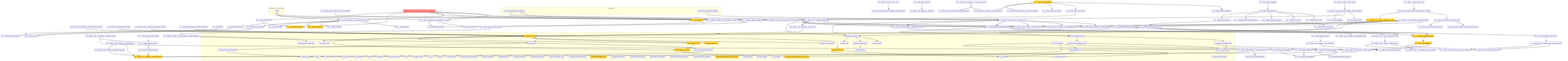
Above: project/flow.png in semcod/redup (Mermaid), before the change. Its source is kept beside it as project/flow.mmd.
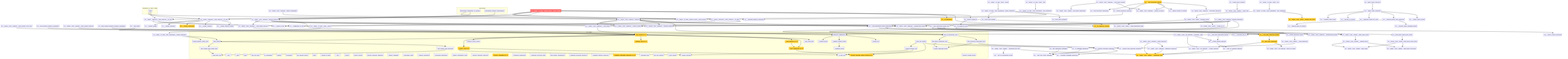
Later version of the same file.

Change to the diagram source:
```diff
@@ -71,13 +71,13 @@
     examples__01_basic_usage__main --> src__redup__core__pipeline__analyze
     examples__01_basic_usage__main --> src__redup__reporters__toon_reporter__to_toon
     examples__01_basic_usage__main --> src__redup__reporters__json_reporter__to_json
-    benchmark__benchmark_sequential_vs_parallel --> src__redup__core__pipeline__analyze
-    benchmark__benchmark_sequential_vs_parallel --> src__redup__core__pipeline__analyze_parallel
-    benchmark__benchmark_feature_performance --> src__redup__core__pipeline__analyze_parallel
     src___get_config_from_pyproject --> src__redup__core__config___load_toml_file
     src___get_config_from_redup_toml --> src__redup__core__config___load_toml_file
     src__redup__core__config__load_config --> src___get_config_from_redup_toml
     src__redup__core__config__load_config --> src___get_config_from_pyproject
+    benchmark__benchmark_sequential_vs_parallel --> src__redup__core__pipeline__analyze
+    benchmark__benchmark_sequential_vs_parallel --> src__redup__core__pipeline__analyze_parallel
+    benchmark__benchmark_feature_performance --> src__redup__core__pipeline__analyze_parallel
     src__find_exact_duplicates_lazy --> src___create_duplicate_group
     src__find_exact_duplicates_lazy --> src___blocks_from_different_locations
     src__find_structural_duplicates_lazy --> src___create_duplicate_group
@@ -131,14 +131,14 @@
     src__extract_functions_treesitter --> src___initialize_language_dispatcher
     src__get_supported_languages --> src___get_tree_sitter_language
     src__is_language_supported --> src___get_tree_sitter_language
-    src__redup__core__cache__hash_block_with_cache --> src__redup__core__hasher__hash_block
-    src__redup__core__cache__hash_block_with_cache --> src__redup__core__hasher__hash_block_structural
-    src__build_hash_index_with_cache --> src__redup__core__cache__hash_block_with_cache
     src___get_layers --> src___calculate_avg_cc
     src__to_code2llm_toon --> src___calculate_avg_cc
     src__to_code2llm_toon --> src___count_critical_functions
     src__export_code2llm --> src__to_code2llm_toon
     src__export_code2llm --> src__to_code2llm_context
+    src__redup__core__cache__hash_block_with_cache --> src__redup__core__hasher__hash_block
+    src__redup__core__cache__hash_block_with_cache --> src__redup__core__hasher__hash_block_structural
+    src__build_hash_index_with_cache --> src__redup__core__cache__hash_block_with_cache
     src__redup__reporters__json_reporter__to_json --> src___group_to_dict
     src__redup__reporters__json_reporter__to_json --> src___suggestion_to_dict
     src__redup__reporters__toon_reporter__to_toon --> src___render_header
@@ -148,6 +148,13 @@
     src__redup__reporters__toon_reporter__to_toon --> src___render_metrics_target
     src__redup__reporters__yaml_reporter__to_yaml --> src___group_to_dict
     src__redup__reporters__yaml_reporter__to_yaml --> src___suggestion_to_dict
+    src__redup__cli_app__scan_commands__diff_command --> src__redup__core__differ__compare_scans
+    src__redup__cli_app__scan_commands__diff_command --> src__redup__core__differ__format_diff_result
+    src__redup__cli_app__scan_commands__check_command --> src__print_scan_header
+    src__redup__cli_app__scan_commands__check_command --> src__redup__core__pipeline__analyze
+    src__redup__cli_app__scan_commands__check_command --> src__print_scan_summary
+    src__redup__cli_app__scan_commands__config_command --> src__redup__core__config__create_sample_redup_toml
+    src__redup__cli_app__scan_commands__config_command --> src__redup__core__config__load_config
     src__redup__cli_app__output_writer__write_results --> src__redup__reporters__json_reporter__to_json
     src__redup__cli_app__output_writer__write_results --> src__redup__cli_app__output_writer__write_output
     src__redup__cli_app__output_writer__write_results --> src__redup__reporters__yaml_reporter__to_yaml
@@ -156,26 +163,10 @@
     src__redup__cli_app__output_writer__write_results --> src__to_code2llm_context
     src__redup__cli_app__output_writer__write_results --> src__export_code2llm
     src__apply_fuzzy_similarity --> src___apply_fuzzy_similarity
-    src__redup__cli_app__scan_commands__diff_command --> src__redup__core__differ__compare_scans
-    src__redup__cli_app__scan_commands__diff_command --> src__redup__core__differ__format_diff_result
-    src__redup__cli_app__scan_commands__check_command --> src__print_scan_header
-    src__redup__cli_app__scan_commands__check_command --> src__redup__core__pipeline__analyze
-    src__redup__cli_app__scan_commands__check_command --> src__print_scan_summary
-    src__redup__cli_app__scan_commands__config_command --> src__redup__core__config__create_sample_redup_toml
-    src__redup__cli_app__scan_commands__config_command --> src__redup__core__config__load_config
     src__redup__cli_app__main__diff --> src__redup__cli_app__scan_commands__diff_command
     src__redup__cli_app__main__check --> src__redup__cli_app__scan_commands__check_command
     src__redup__cli_app__main__config --> src__redup__cli_app__scan_commands__config_command
     src__redup__cli_app__main__info --> src__redup__cli_app__scan_commands__info_command
-    src___apply_fuzzy_similarity --> src___validate_fuzzy_input
-    src___apply_fuzzy_similarity --> src___extract_all_blocks
-    src___apply_fuzzy_similarity --> src___separate_blocks_by_type
-    src___apply_fuzzy_similarity --> src___analyze_blocks_with_detectors
-    src___apply_fuzzy_similarity --> src___report_fuzzy_results
-    src___analyze_blocks_with_detectors --> src___analyze_html_css_blocks
-    src___analyze_blocks_with_detectors --> src___analyze_other_language_blocks
-    src__create_hash_function --> src__redup__core__hasher___hash_text
-    src__create_duplicate_finder --> src__redup__core__hasher___find_duplicates
     src__redup__core__pipeline__analyze --> src__redup__core__pipeline___ensure_config
     src__redup__core__pipeline__analyze --> src__redup__core__pipeline___scan_phase
     src__redup__core__pipeline__analyze --> src__redup__core__pipeline___process_blocks
@@ -212,6 +203,15 @@
     src__redup__core__pipeline__analyze_parallel --> src___find_duplicates_phase_optimized
     src__redup__core__pipeline__analyze_parallel --> src__redup__core__pipeline___deduplicate_phase
     src__redup__core__pipeline__analyze_parallel --> src__redup__core__planner__generate_suggestions
+    src__create_hash_function --> src__redup__core__hasher___hash_text
+    src__create_duplicate_finder --> src__redup__core__hasher___find_duplicates
+    src___apply_fuzzy_similarity --> src___validate_fuzzy_input
+    src___apply_fuzzy_similarity --> src___extract_all_blocks
+    src___apply_fuzzy_similarity --> src___separate_blocks_by_type
+    src___apply_fuzzy_similarity --> src___analyze_blocks_with_detectors
+    src___apply_fuzzy_similarity --> src___report_fuzzy_results
+    src___analyze_blocks_with_detectors --> src___analyze_html_css_blocks
+    src___analyze_blocks_with_detectors --> src___analyze_other_language_blocks
     src__redup__core__differ__compare_scans --> src__redup__core__differ___load_duplication_map
     src__redup__core__differ__compare_scans --> src__redup__core__differ___group_by_id
 
```
